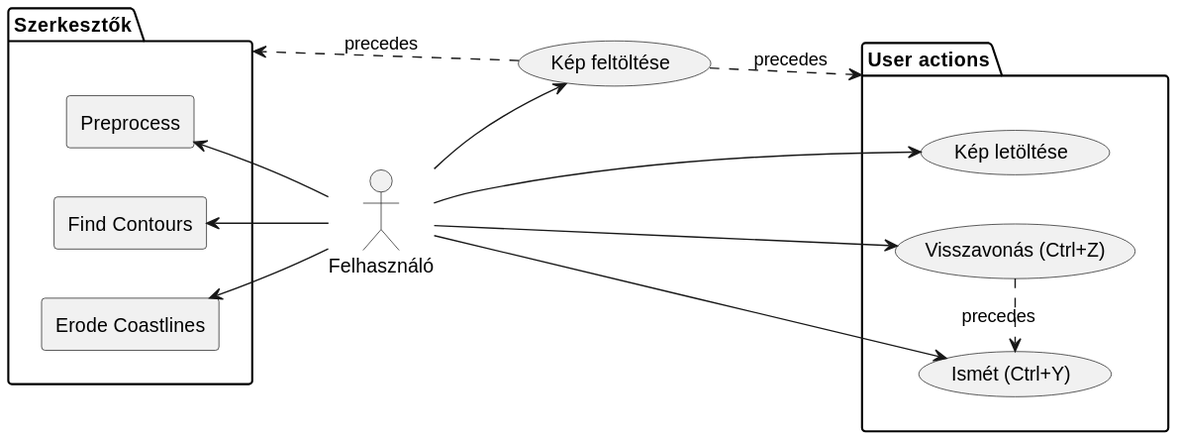
The PlantUML diagram documentation/diagrams/out/usecase/Overall.svg in JasonBlackth/img-to-map, before a commit.
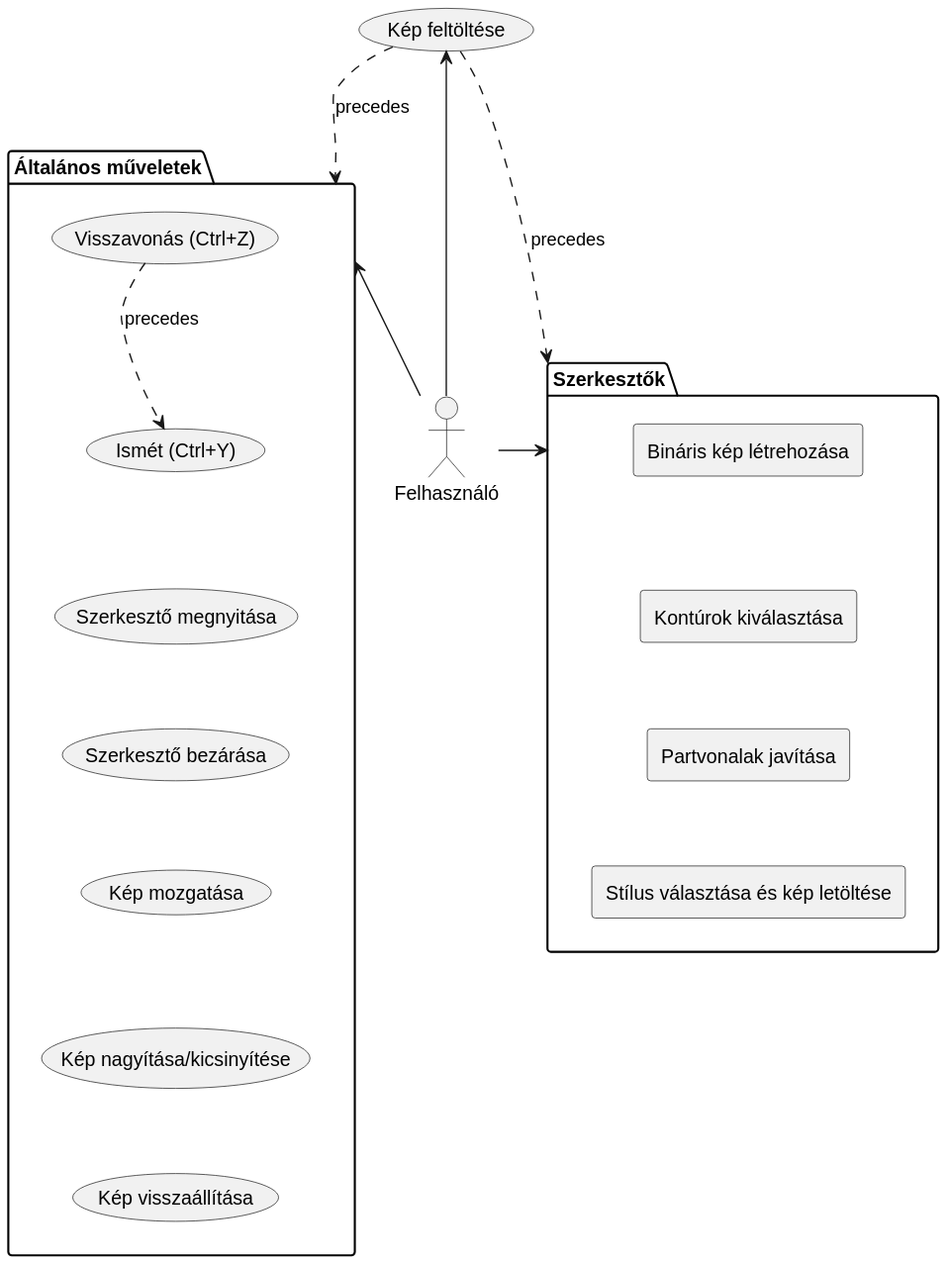
The same file after the commit.

What changed in the source:
```diff
@@ -1,30 +1,41 @@
 @startuml
-left to right direction
 
 usecase (U) as "Kép feltöltése"
 
-package "User actions" as UA{
+package "Általános műveletek" as UA{
     usecase (UnD) as "Visszavonás (Ctrl+Z)"
-    usecase (R) as "Ismét (Ctrl+Y)"
-    usecase (D) as "Kép letöltése"
+    usecase (ReD) as "Ismét (Ctrl+Y)"
+    usecase (G) as "Szerkesztő megnyitása"
+    usecase (H) as "Szerkesztő bezárása"
+    usecase (I) as "Kép mozgatása"
+    usecase (Z) as "Kép nagyítása/kicsinyítése"
+    usecase (R) as "Kép visszaállítása"
 }
 package "Szerkesztők" as Editors{
-    rectangle P as "Preprocess"
-    rectangle F as "Find Contours"
-    rectangle E as "Erode Coastlines"
+    rectangle E1 as "Bináris kép létrehozása"
+    rectangle E2 as "Kontúrok kiválasztása"
+    rectangle E3 as "Partvonalak javítása"
+    rectangle E4 as "Stílus választása és kép letöltése"
 }
 
 actor :Felhasználó: as User
 
-User --> (U)
-User -d-> (UnD)
-User -d-> (R)
-User -d-> (D)
-User -u-> (E)
-User -u-> (F)
-User -u-> (P)
+User -u-> (U)
+UnD -[hidden]d-> (ReD)
+ReD -[hidden]d-> (G)
+G -[hidden]d-> (H)
+H -[hidden]d-> (I)
+I -[hidden]d-> (Z)
+Z -[hidden]d-> (R)
 
+
+
+User -l-> (Editors)
+UA <-- User
+(E1) -[hidden]d-> (E2)
+(E2) -[hidden]d-> (E3)
+(E3) -[hidden]d-> (E4)
 U ..> Editors : precedes
 U ..> UA : precedes
-UnD .r.> R : precedes
+UnD .r.> ReD : precedes
 @enduml
```
